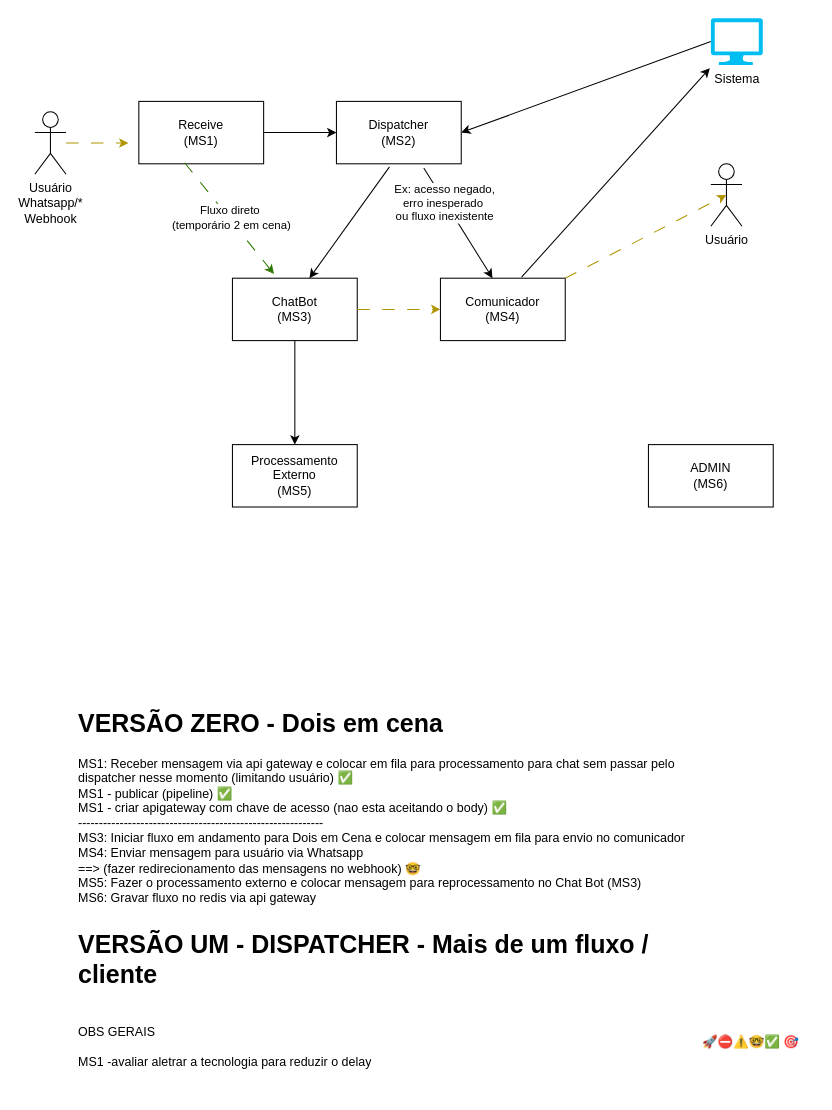
LeoKvra/zappa-docs keeps this draw.io diagram as fluxo-geral.drawio. Above is the earlier version. Source tidied: cells renumbered, new cells numbered last; positions are measured from the earlier drawing's top-left corner, leaving out a move shared by most shapes. Both pictures are drawn from the tidied source at 104%, with x=0, y=0 at pixel (34, 18).
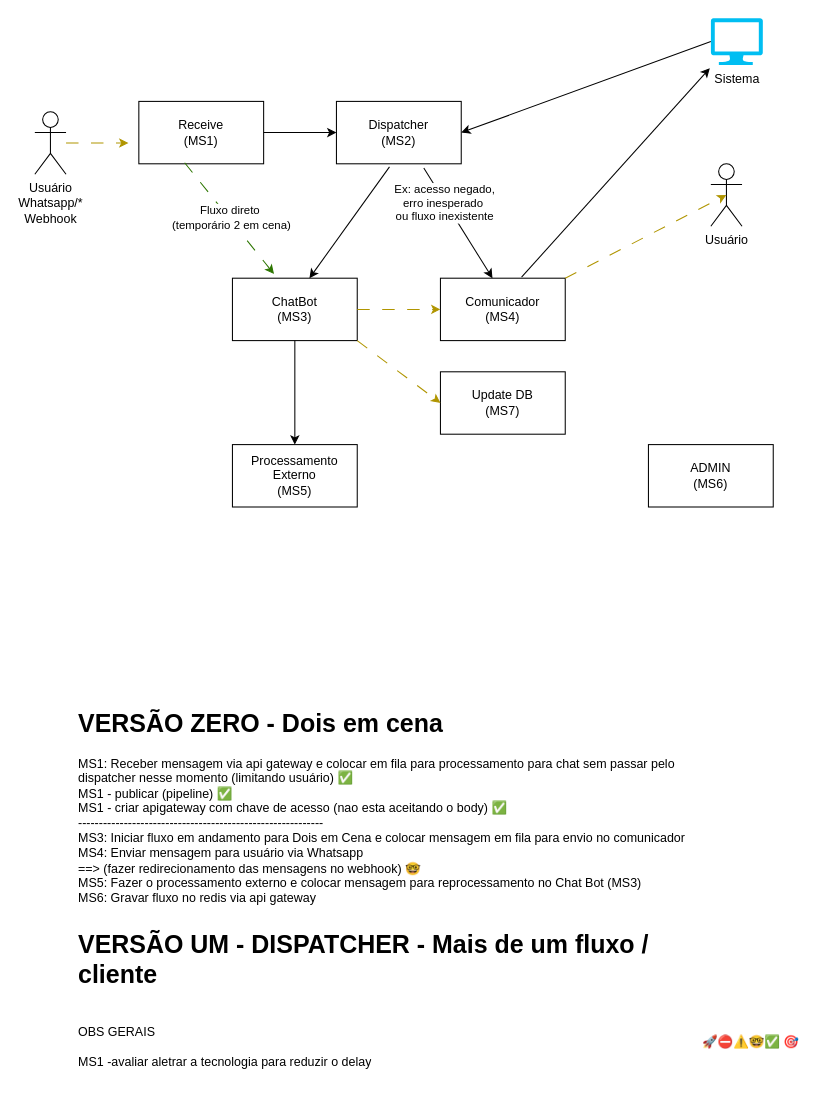
Above is the later version.

Unchanged cells that the change refers to:
```xml
<mxCell id="6" value="ChatBot&lt;br&gt;(MS3)" style="rounded=0;whiteSpace=wrap;html=1;" parent="1" vertex="1">
  <mxGeometry x="190" y="250" width="120" height="60" as="geometry" />
</mxCell>
```

The edit, as a diff of the source:
```diff
@@
+    <mxCell id="27" value="Update DB&lt;br&gt;(MS7)" style="rounded=0;whiteSpace=wrap;html=1;" parent="1" vertex="1">
+      <mxGeometry x="390" y="340" width="120" height="60" as="geometry" />
+    </mxCell>
+    <mxCell id="28" style="endArrow=classic;html=1;rounded=0;exitX=1;exitY=1;exitDx=0;exitDy=0;entryX=0;entryY=0.5;entryDx=0;entryDy=0;dashed=1;dashPattern=12 12;fillColor=#e3c800;strokeColor=#B09500;" parent="1" edge="1" source="6" target="27">
+      <mxGeometry relative="1" as="geometry" />
+    </mxCell>
```
